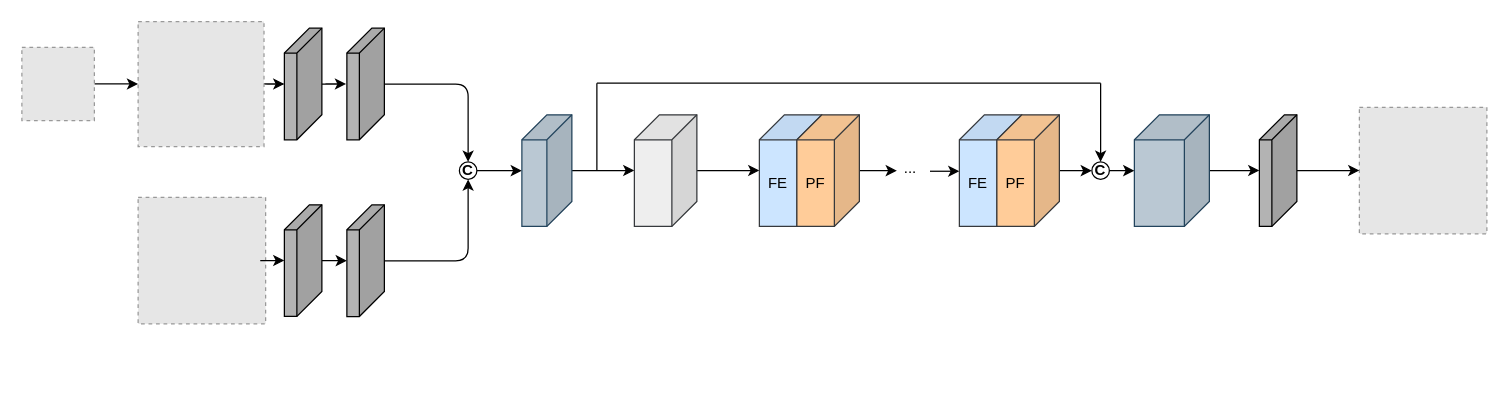
This is Untitled Diagram.drawio from huanghef/git_learning, a draw.io file, before an edit. Source tidied: cells renumbered, new cells numbered last; positions are measured from the earlier drawing's top-left corner, leaving out a move shared by most shapes. Both pictures are drawn from the tidied source at 125%, with x=0, y=0 at pixel (21, 21). Pictures stored in the file or linked from it are replaced by grey dashed boxes.
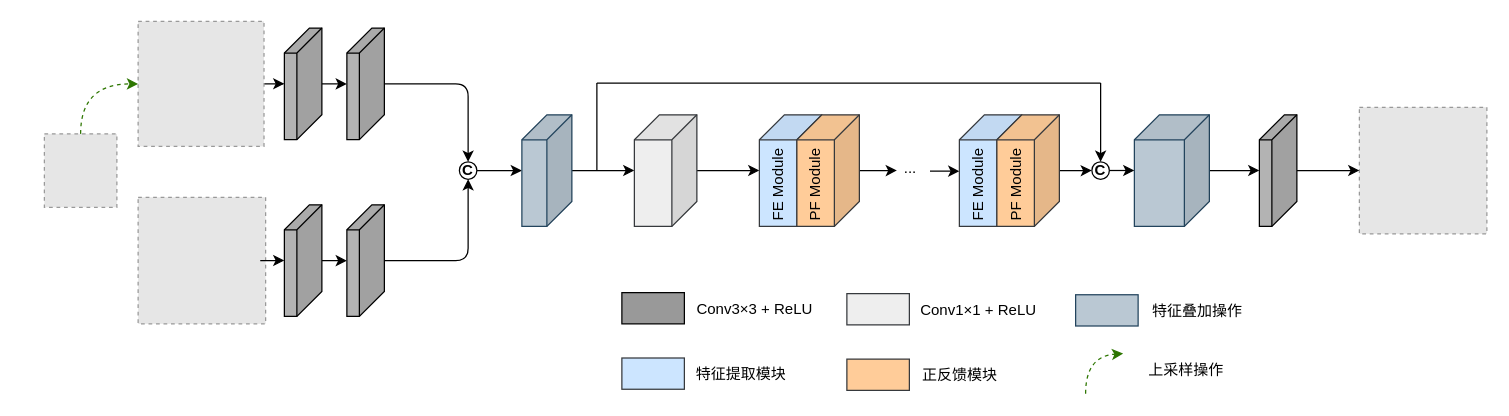
Above is the later version.

Change to the diagram source:
```diff
@@
     <mxCell id="3" value="&lt;div&gt;&lt;span&gt;...&lt;/span&gt;&lt;/div&gt;" style="rounded=0;whiteSpace=wrap;html=1;strokeColor=#FFFFFF;fillColor=#FFFFFF;align=center;" parent="1" vertex="1">
-      <mxGeometry x="696" y="112" width="30" height="10" as="geometry" />
+      <mxGeometry x="696" y="111.9" width="30" height="10" as="geometry" />
     </mxCell>
@@
     <mxCell id="5" style="shape=cube;whiteSpace=wrap;html=1;boundedLbl=1;backgroundOutline=1;darkOpacity=0.05;darkOpacity2=0.1;direction=east;flipH=1;fillColor=#B3B3B3;strokeColor=#000000;fontColor=#ffffff;" parent="1" vertex="1">
-      <mxGeometry x="210" y="5" width="30" height="89.3" as="geometry" />
+      <mxGeometry x="210" y="4.9" width="30" height="89.3" as="geometry" />
     </mxCell>
-    <mxCell id="6" style="edgeStyle=orthogonalEdgeStyle;rounded=1;jettySize=auto;html=1;" parent="1" edge="1" source="7" target="11">
-      <mxGeometry relative="1" as="geometry">
-        <Array as="points">
-          <mxPoint x="98" y="50" />
-          <mxPoint x="98" y="50" />
-        </Array>
-      </mxGeometry>
+    <mxCell id="6" style="edgeStyle=orthogonalEdgeStyle;jettySize=auto;html=1;exitX=0.5;exitY=0;exitDx=0;exitDy=0;dashed=1;curved=1;fillColor=#60a917;strokeColor=#2D7600;" parent="1" edge="1" source="7" target="11">
+      <mxGeometry relative="1" as="geometry" />
     </mxCell>
     <mxCell id="7" style="fillColor=#E6E6E6;strokeColor=#999999;dashed=1;verticalLabelPosition=bottom;labelBackgroundColor=default;verticalAlign=top;" parent="1" vertex="1">
-      <mxGeometry y="20.3" width="58" height="58.7" as="geometry" />
+      <mxGeometry x="18" y="89.6" width="58" height="58.7" as="geometry" />
     </mxCell>
@@
     <mxCell id="11" style="fillColor=#E6E6E6;strokeColor=#999999;dashed=1;verticalLabelPosition=bottom;labelBackgroundColor=default;verticalAlign=top;" parent="1" vertex="1">
-      <mxGeometry x="93" y="-0.3" width="100.7" height="100" as="geometry" />
+      <mxGeometry x="93" y="-0.4" width="100.7" height="100" as="geometry" />
     </mxCell>
     <mxCell id="12" style="edgeStyle=orthogonalEdgeStyle;rounded=1;jettySize=auto;html=1;entryX=0.5;entryY=0;entryDx=0;entryDy=0;" parent="1" edge="1" source="13" target="20">
       <mxGeometry relative="1" as="geometry">
         <Array as="points">
-          <mxPoint x="357" y="50" />
+          <mxPoint x="357" y="49.9" />
         </Array>
       </mxGeometry>
     </mxCell>
     <mxCell id="13" style="shape=cube;whiteSpace=wrap;html=1;boundedLbl=1;backgroundOutline=1;darkOpacity=0.05;darkOpacity2=0.1;direction=east;flipH=1;fillColor=#B3B3B3;" parent="1" vertex="1">
-      <mxGeometry x="260" y="5" width="30" height="89.3" as="geometry" />
+      <mxGeometry x="260" y="4.9" width="30" height="89.3" as="geometry" />
     </mxCell>
@@
     <mxCell id="18" style="shape=cube;whiteSpace=wrap;html=1;boundedLbl=1;backgroundOutline=1;darkOpacity=0.05;darkOpacity2=0.1;direction=east;flipH=1;fillColor=#B3B3B3;" parent="1" vertex="1">
-      <mxGeometry x="260" y="146.4" width="30" height="89.3" as="geometry" />
+      <mxGeometry x="260" y="146.3" width="30" height="89.3" as="geometry" />
     </mxCell>
@@
     <mxCell id="20" value="&lt;b&gt;C&lt;/b&gt;" style="ellipse;whiteSpace=wrap;html=1;strokeColor=#000000;fillColor=#FFFFFF;" parent="1" vertex="1">
-      <mxGeometry x="350" y="112" width="14" height="14" as="geometry" />
+      <mxGeometry x="350" y="111.9" width="14" height="14" as="geometry" />
     </mxCell>
@@
-    <mxCell id="25" value="FE" style="shape=cube;whiteSpace=wrap;html=1;boundedLbl=1;backgroundOutline=1;darkOpacity=0.05;darkOpacity2=0.1;direction=east;flipH=1;fillColor=#cce5ff;strokeColor=#36393d;" parent="1" vertex="1">
+    <mxCell id="25" style="shape=cube;whiteSpace=wrap;html=1;boundedLbl=1;backgroundOutline=1;darkOpacity=0.05;darkOpacity2=0.1;direction=east;flipH=1;fillColor=#cce5ff;strokeColor=#36393d;" parent="1" vertex="1">
       <mxGeometry x="590" y="74.3" width="50" height="89.3" as="geometry" />
     </mxCell>
     <mxCell id="26" style="edgeStyle=orthogonalEdgeStyle;rounded=1;jettySize=auto;html=1;" parent="1" edge="1" source="27">
       <mxGeometry relative="1" as="geometry">
-        <mxPoint x="700" y="119" as="targetPoint" />
+        <mxPoint x="700" y="118.9" as="targetPoint" />
       </mxGeometry>
     </mxCell>
-    <mxCell id="27" value="PF" style="shape=cube;whiteSpace=wrap;html=1;boundedLbl=1;backgroundOutline=1;darkOpacity=0.05;darkOpacity2=0.1;direction=east;flipH=1;fillColor=#ffcc99;strokeColor=#36393d;" parent="1" vertex="1">
+    <mxCell id="27" style="shape=cube;whiteSpace=wrap;html=1;boundedLbl=1;backgroundOutline=1;darkOpacity=0.05;darkOpacity2=0.1;direction=east;flipH=1;fillColor=#ffcc99;strokeColor=#36393d;" parent="1" vertex="1">
       <mxGeometry x="620" y="74.3" width="50" height="89.3" as="geometry" />
     </mxCell>
-    <mxCell id="28" value="FE" style="shape=cube;whiteSpace=wrap;html=1;boundedLbl=1;backgroundOutline=1;darkOpacity=0.05;darkOpacity2=0.1;direction=east;flipH=1;fillColor=#cce5ff;strokeColor=#36393d;" parent="1" vertex="1">
+    <mxCell id="28" style="shape=cube;whiteSpace=wrap;html=1;boundedLbl=1;backgroundOutline=1;darkOpacity=0.05;darkOpacity2=0.1;direction=east;flipH=1;fillColor=#cce5ff;strokeColor=#36393d;" parent="1" vertex="1">
       <mxGeometry x="750" y="74.3" width="50" height="89.3" as="geometry" />
     </mxCell>
@@
-    <mxCell id="30" value="PF" style="shape=cube;whiteSpace=wrap;html=1;boundedLbl=1;backgroundOutline=1;darkOpacity=0.05;darkOpacity2=0.1;direction=east;flipH=1;fillColor=#ffcc99;strokeColor=#36393d;" parent="1" vertex="1">
+    <mxCell id="30" style="shape=cube;whiteSpace=wrap;html=1;boundedLbl=1;backgroundOutline=1;darkOpacity=0.05;darkOpacity2=0.1;direction=east;flipH=1;fillColor=#ffcc99;strokeColor=#36393d;" parent="1" vertex="1">
       <mxGeometry x="780" y="74.3" width="50" height="89.3" as="geometry" />
     </mxCell>
@@
     <mxCell id="34" value="&lt;b&gt;C&lt;/b&gt;" style="ellipse;whiteSpace=wrap;html=1;strokeColor=#000000;fillColor=#FFFFFF;" parent="1" vertex="1">
-      <mxGeometry x="856" y="112" width="14" height="14" as="geometry" />
+      <mxGeometry x="856" y="111.9" width="14" height="14" as="geometry" />
     </mxCell>
     <mxCell id="35" style="endArrow=none;html=1;rounded=1;" parent="1" edge="1">
       <mxGeometry relative="1" as="geometry">
-        <mxPoint x="460" y="119" as="sourcePoint" />
-        <mxPoint x="460" y="49" as="targetPoint" />
+        <mxPoint x="460" y="118.9" as="sourcePoint" />
+        <mxPoint x="460" y="48.9" as="targetPoint" />
       </mxGeometry>
     </mxCell>
     <mxCell id="36" style="endArrow=none;html=1;rounded=1;" parent="1" edge="1">
       <mxGeometry relative="1" as="geometry">
-        <mxPoint x="460" y="49" as="sourcePoint" />
-        <mxPoint x="863" y="49" as="targetPoint" />
+        <mxPoint x="460" y="48.9" as="sourcePoint" />
+        <mxPoint x="863" y="48.9" as="targetPoint" />
       </mxGeometry>
     </mxCell>
     <mxCell id="37" style="endArrow=classic;html=1;rounded=1;entryX=0.5;entryY=0;entryDx=0;entryDy=0;" parent="1" edge="1" target="34">
       <mxGeometry relative="1" as="geometry">
-        <mxPoint x="863" y="49" as="sourcePoint" />
+        <mxPoint x="863" y="48.9" as="sourcePoint" />
         <Array as="points">
-          <mxPoint x="863" y="109" />
+          <mxPoint x="863" y="108.9" />
         </Array>
       </mxGeometry>
     </mxCell>
@@
+    <mxCell id="40" style="rounded=0;whiteSpace=wrap;html=1;strokeColor=#000000;fillColor=#999999;" parent="1" vertex="1">
+      <mxGeometry x="480" y="216.6" width="50" height="25" as="geometry" />
+    </mxCell>
+    <mxCell id="41" value="Conv3×3 + ReLU" style="text;html=1;align=center;verticalAlign=middle;strokeColor=none;fillColor=none;" parent="1" vertex="1">
+      <mxGeometry x="531" y="219.9" width="110" height="20" as="geometry" />
+    </mxCell>
+    <mxCell id="42" value="FE Module" style="text;html=1;align=center;verticalAlign=middle;strokeColor=none;fillColor=none;flipV=1;rotation=-90;" parent="1" vertex="1">
+      <mxGeometry x="570" y="120.9" width="70" height="20" as="geometry" />
+    </mxCell>
+    <mxCell id="43" value="FE Module" style="text;html=1;align=center;verticalAlign=middle;strokeColor=none;fillColor=none;flipV=1;rotation=-90;" parent="1" vertex="1">
+      <mxGeometry x="730" y="120.9" width="70" height="20" as="geometry" />
+    </mxCell>
+    <mxCell id="44" value="PF Module" style="text;html=1;align=center;verticalAlign=middle;strokeColor=none;fillColor=none;flipV=1;rotation=-90;" parent="1" vertex="1">
+      <mxGeometry x="600" y="120.9" width="70" height="20" as="geometry" />
+    </mxCell>
+    <mxCell id="45" value="PF Module" style="text;html=1;align=center;verticalAlign=middle;strokeColor=none;fillColor=none;flipV=1;rotation=-90;" parent="1" vertex="1">
+      <mxGeometry x="761" y="120.9" width="70" height="20" as="geometry" />
+    </mxCell>
+    <mxCell id="46" style="rounded=0;whiteSpace=wrap;html=1;strokeColor=#36393d;fillColor=#eeeeee;" parent="1" vertex="1">
+      <mxGeometry x="660" y="217.4" width="50" height="25" as="geometry" />
+    </mxCell>
+    <mxCell id="47" value="Conv1×1 + ReLU" style="text;html=1;align=center;verticalAlign=middle;strokeColor=none;fillColor=none;" parent="1" vertex="1">
+      <mxGeometry x="710" y="220.8" width="110" height="20" as="geometry" />
+    </mxCell>
+    <mxCell id="48" style="rounded=0;whiteSpace=wrap;html=1;strokeColor=#23445d;fillColor=#bac8d3;" parent="1" vertex="1">
+      <mxGeometry x="843" y="218.3" width="50" height="25" as="geometry" />
+    </mxCell>
+    <mxCell id="49" value="特征叠加操作" style="text;html=1;align=center;verticalAlign=middle;strokeColor=none;fillColor=none;" parent="1" vertex="1">
+      <mxGeometry x="895" y="221.6" width="90" height="20" as="geometry" />
+    </mxCell>
+    <mxCell id="50" style="rounded=0;whiteSpace=wrap;html=1;strokeColor=#36393d;fillColor=#cce5ff;" parent="1" vertex="1">
+      <mxGeometry x="480" y="268.9" width="50" height="25" as="geometry" />
+    </mxCell>
+    <mxCell id="51" value="特征提取模块" style="text;html=1;align=center;verticalAlign=middle;strokeColor=none;fillColor=none;" parent="1" vertex="1">
+      <mxGeometry x="530" y="272.3" width="90" height="20" as="geometry" />
+    </mxCell>
+    <mxCell id="52" style="rounded=0;whiteSpace=wrap;html=1;strokeColor=#36393d;fillColor=#ffcc99;" parent="1" vertex="1">
+      <mxGeometry x="660" y="269.8" width="50" height="25" as="geometry" />
+    </mxCell>
+    <mxCell id="53" value="正反馈模块" style="text;html=1;align=center;verticalAlign=middle;strokeColor=none;fillColor=none;" parent="1" vertex="1">
+      <mxGeometry x="710" y="273.1" width="80" height="20" as="geometry" />
+    </mxCell>
+    <mxCell id="54" style="curved=1;endArrow=classic;html=1;dashed=1;fillColor=#60a917;strokeColor=#2D7600;" parent="1" edge="1">
+      <mxGeometry relative="1" as="geometry">
+        <mxPoint x="851" y="297.4" as="sourcePoint" />
+        <mxPoint x="881" y="265.4" as="targetPoint" />
+        <Array as="points">
+          <mxPoint x="851" y="267.4" />
+        </Array>
+      </mxGeometry>
+    </mxCell>
+    <mxCell id="55" value="上采样操作" style="text;html=1;align=center;verticalAlign=middle;strokeColor=none;fillColor=none;" parent="1" vertex="1">
+      <mxGeometry x="891" y="268.9" width="80" height="20" as="geometry" />
+    </mxCell>
```
